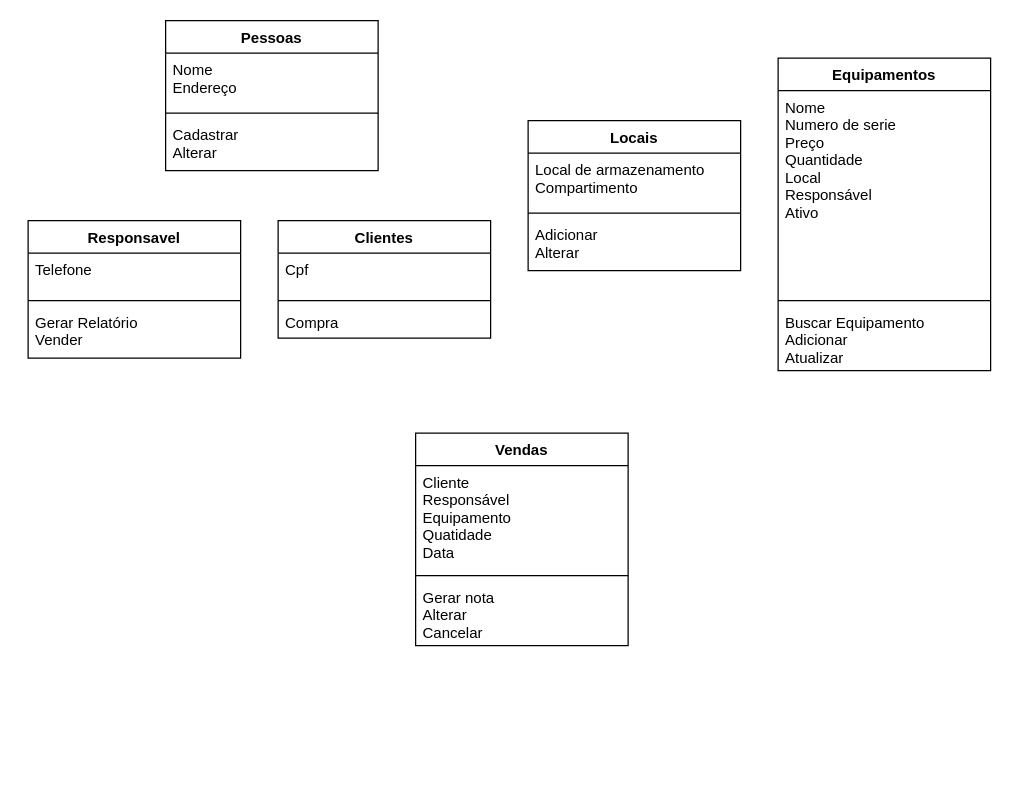
This is Diagrama sem nome.drawio from Edsonalencar/HauseTech, a draw.io file, before an edit. Source tidied: cells renumbered, new cells numbered last; positions are measured from the earlier drawing's top-left corner, leaving out a move shared by most shapes. Both pictures are drawn from the tidied source at 125%, with x=0, y=0 at pixel (28, 20).
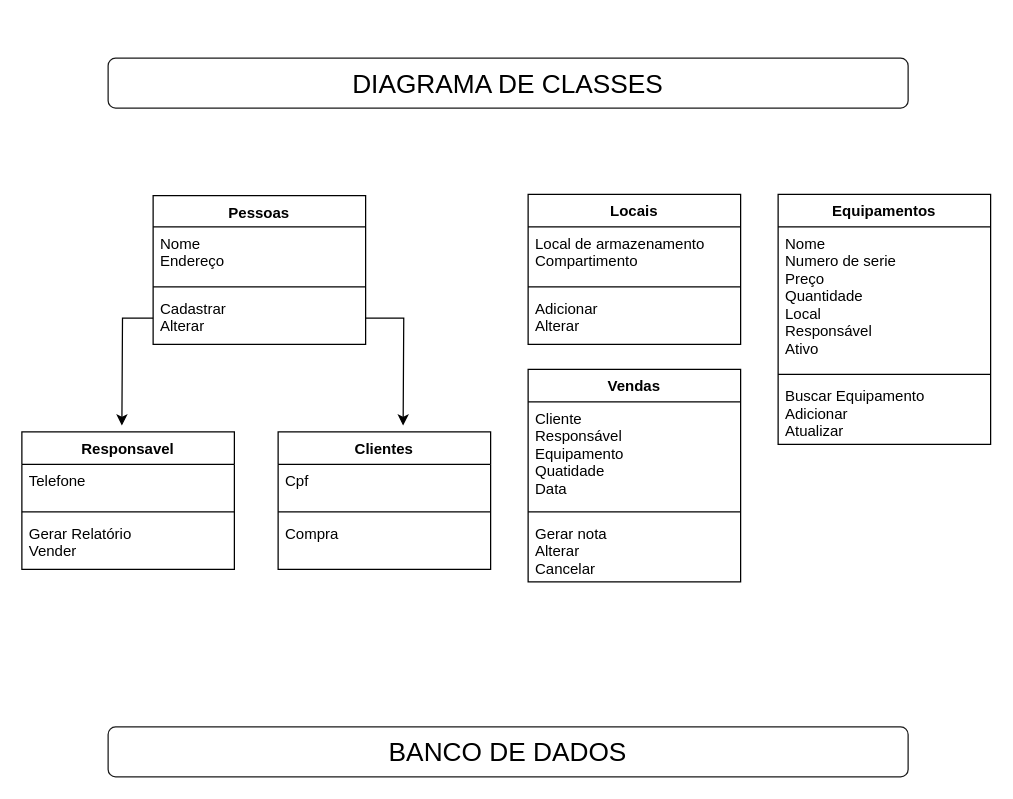
The same diagram, later.

Diff of the diagram source:
```diff
@@
     <mxCell id="2" value="Locais" style="swimlane;fontStyle=1;align=center;verticalAlign=top;horizontal=1;startSize=26;" parent="1" vertex="1">
-      <mxGeometry x="400" y="80" width="170" height="120" as="geometry" />
+      <mxGeometry x="400" y="139" width="170" height="120" as="geometry" />
     </mxCell>
@@
     <mxCell id="6" value="Clientes" style="swimlane;fontStyle=1;align=center;verticalAlign=top;horizontal=1;startSize=26;" parent="1" vertex="1">
-      <mxGeometry x="200" y="160" width="170" height="94" as="geometry" />
+      <mxGeometry x="200" y="329" width="170" height="110" as="geometry" />
     </mxCell>
@@
     <mxCell id="9" value="Compra" style="text;strokeColor=none;fillColor=none;align=left;verticalAlign=top;spacingLeft=4;spacingRight=4;overflow=hidden;" parent="6" vertex="1">
-      <mxGeometry y="68" width="170" height="26" as="geometry" />
+      <mxGeometry y="68" width="170" height="42" as="geometry" />
     </mxCell>
     <mxCell id="10" value="Equipamentos" style="swimlane;fontStyle=1;align=center;verticalAlign=top;horizontal=1;startSize=26;" parent="1" vertex="1">
-      <mxGeometry x="600" y="30" width="170" height="250" as="geometry" />
+      <mxGeometry x="600" y="139" width="170" height="200" as="geometry" />
     </mxCell>
     <mxCell id="11" value="Nome&#10;Numero de serie &#10;Preço&#10;Quantidade&#10;Local&#10;Responsável&#10;Ativo&#10;" style="text;strokeColor=none;fillColor=none;align=left;verticalAlign=top;spacingLeft=4;spacingRight=4;overflow=hidden;" parent="10" vertex="1">
-      <mxGeometry y="26" width="170" height="164" as="geometry" />
+      <mxGeometry y="26" width="170" height="114" as="geometry" />
     </mxCell>
     <mxCell id="12" style="line;strokeWidth=1;fillColor=none;align=left;verticalAlign=middle;spacingTop=-1;spacingLeft=3;spacingRight=3;labelPosition=right;" parent="10" vertex="1">
-      <mxGeometry y="190" width="170" height="8" as="geometry" />
+      <mxGeometry y="140" width="170" height="8" as="geometry" />
     </mxCell>
     <mxCell id="13" value="Buscar Equipamento&#10;Adicionar&#10;Atualizar&#10;" style="text;strokeColor=none;fillColor=none;align=left;verticalAlign=top;spacingLeft=4;spacingRight=4;overflow=hidden;" parent="10" vertex="1">
-      <mxGeometry y="198" width="170" height="52" as="geometry" />
+      <mxGeometry y="148" width="170" height="52" as="geometry" />
     </mxCell>
     <mxCell id="14" value="Responsavel" style="swimlane;fontStyle=1;align=center;verticalAlign=top;horizontal=1;startSize=26;" parent="1" vertex="1">
-      <mxGeometry y="160" width="170" height="110" as="geometry" />
+      <mxGeometry x="-5" y="329" width="170" height="110" as="geometry" />
     </mxCell>
@@
     <mxCell id="18" value="Vendas" style="swimlane;fontStyle=1;align=center;verticalAlign=top;horizontal=1;startSize=26;" parent="1" vertex="1">
-      <mxGeometry x="310" y="330" width="170" height="170" as="geometry" />
+      <mxGeometry x="400" y="279" width="170" height="170" as="geometry" />
     </mxCell>
@@
-    <mxCell id="22" value="Pessoas" style="swimlane;fontStyle=1;align=center;verticalAlign=top;horizontal=1;startSize=26;" parent="1" vertex="1">
-      <mxGeometry x="110" width="170" height="120" as="geometry" />
+    <mxCell id="22" value="Pessoas" style="swimlane;fontStyle=1;align=center;verticalAlign=top;horizontal=1;startSize=25;" parent="1" vertex="1">
+      <mxGeometry x="100" y="140" width="170" height="119" as="geometry" />
     </mxCell>
     <mxCell id="23" value="Nome&#10;Endereço" style="text;strokeColor=none;fillColor=none;align=left;verticalAlign=top;spacingLeft=4;spacingRight=4;overflow=hidden;" parent="22" vertex="1">
-      <mxGeometry y="26" width="170" height="44" as="geometry" />
+      <mxGeometry y="25" width="170" height="44" as="geometry" />
     </mxCell>
     <mxCell id="24" style="line;strokeWidth=1;fillColor=none;align=left;verticalAlign=middle;spacingTop=-1;spacingLeft=3;spacingRight=3;labelPosition=right;" parent="22" vertex="1">
-      <mxGeometry y="70" width="170" height="8" as="geometry" />
+      <mxGeometry y="69" width="170" height="8" as="geometry" />
     </mxCell>
     <mxCell id="25" value="Cadastrar&#10;Alterar" style="text;strokeColor=none;fillColor=none;align=left;verticalAlign=top;spacingLeft=4;spacingRight=4;overflow=hidden;points=[[0,0.5],[1,0.5]];portConstraint=eastwest;" parent="22" vertex="1">
-      <mxGeometry y="78" width="170" height="42" as="geometry" />
+      <mxGeometry y="77" width="170" height="42" as="geometry" />
     </mxCell>
+    <mxCell id="26" style="edgeStyle=orthogonalEdgeStyle;rounded=0;jettySize=auto;html=1;exitX=1;exitY=0.5;exitDx=0;exitDy=0;" parent="1" edge="1" source="25">
+      <mxGeometry relative="1" as="geometry">
+        <mxPoint x="300" y="324" as="targetPoint" />
+      </mxGeometry>
+    </mxCell>
+    <mxCell id="27" style="edgeStyle=orthogonalEdgeStyle;rounded=0;jettySize=auto;html=1;exitX=0;exitY=0.5;exitDx=0;exitDy=0;" parent="1" edge="1" source="25">
+      <mxGeometry relative="1" as="geometry">
+        <mxPoint x="75" y="324" as="targetPoint" />
+      </mxGeometry>
+    </mxCell>
+    <mxCell id="28" value="&lt;font style=&quot;font-size: 21px;&quot;&gt;DIAGRAMA DE CLASSES&lt;/font&gt;" style="rounded=1;whiteSpace=wrap;html=1;strokeWidth=1;opacity=90;" parent="1" vertex="1">
+      <mxGeometry x="64" y="30" width="640" height="40" as="geometry" />
+    </mxCell>
+    <mxCell id="29" value="&lt;font style=&quot;font-size: 21px;&quot;&gt;BANCO DE DADOS&lt;/font&gt;" style="rounded=1;whiteSpace=wrap;html=1;strokeWidth=1;opacity=90;" parent="1" vertex="1">
+      <mxGeometry x="64" y="565" width="640" height="40" as="geometry" />
+    </mxCell>
```
